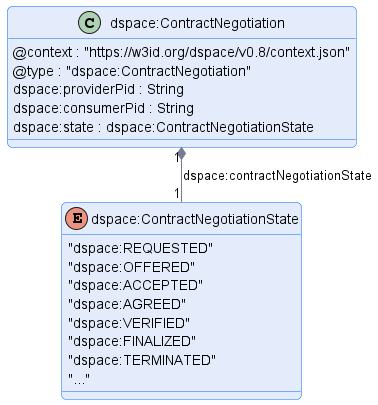
The PlantUML diagram negotiation/message/diagram/contract-negotiation.png in International-Data-Spaces-Association/ids-specification, before a commit.
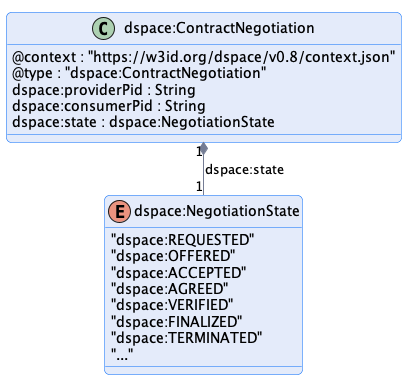
Above is the later version.

Commit message:
fix enum negotiationstate and transferstate enum names

The edit, as a diff of the source:
```diff
@@ -11,10 +11,10 @@
     @type : "dspace:ContractNegotiation"
     dspace:providerPid : String
     dspace:consumerPid : String
-    dspace:state : dspace:ContractNegotiationState
+    dspace:state : dspace:NegotiationState
 }
 
-enum dspace:ContractNegotiationState {
+enum dspace:NegotiationState {
     "dspace:REQUESTED"
     "dspace:OFFERED"
     "dspace:ACCEPTED"
@@ -25,6 +25,6 @@
     "..."
 }
 
-"dspace:ContractNegotiation" "1" *-- "1" "dspace:ContractNegotiationState" : "dspace:contractNegotiationState"
+"dspace:ContractNegotiation" "1" *-- "1" "dspace:NegotiationState" : "dspace:state"
 
 @enduml
```
